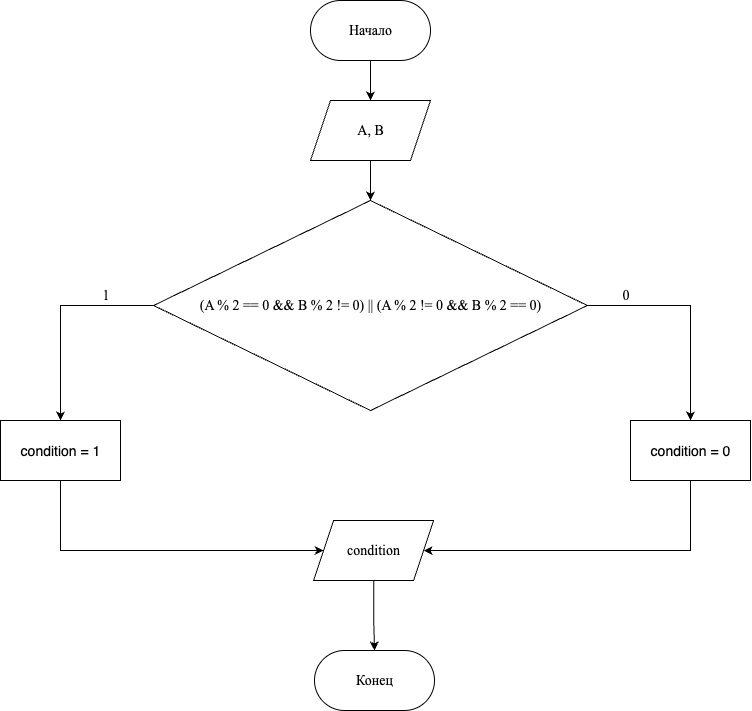
Before: Work_4_Homework_Schema.png, a diagram exported from draw.io (Blackflame796/Work_4_Homework). Source tidied: cells renumbered, new cells last; positions are measured from the earlier drawing's top-left corner, leaving out a move shared by most shapes. Source of this version:
```xml
<mxGraphModel>
  <root>
    <mxCell id="0" />
    <mxCell id="1" parent="0" />
    <mxCell id="2" style="edgeStyle=orthogonalEdgeStyle;rounded=0;jettySize=auto;html=1;" parent="1" edge="1" source="3" target="5">
      <mxGeometry relative="1" as="geometry" />
    </mxCell>
    <mxCell id="3" value="&lt;font style=&quot;font-size: 14px;&quot; face=&quot;Times New Roman&quot;&gt;Начало&lt;/font&gt;" style="rounded=1;whiteSpace=wrap;html=1;arcSize=50;" parent="1" vertex="1">
      <mxGeometry x="310" width="120" height="60" as="geometry" />
    </mxCell>
    <mxCell id="4" style="edgeStyle=orthogonalEdgeStyle;rounded=0;jettySize=auto;html=1;" parent="1" edge="1" source="5" target="8">
      <mxGeometry relative="1" as="geometry" />
    </mxCell>
    <mxCell id="5" value="&lt;font style=&quot;font-size: 14px;&quot; face=&quot;Times New Roman&quot;&gt;A, B&lt;/font&gt;" style="shape=parallelogram;perimeter=parallelogramPerimeter;whiteSpace=wrap;html=1;fixedSize=1;" parent="1" vertex="1">
      <mxGeometry x="310" y="100" width="120" height="60" as="geometry" />
    </mxCell>
    <mxCell id="6" style="edgeStyle=orthogonalEdgeStyle;rounded=0;jettySize=auto;html=1;" parent="1" edge="1" source="8" target="14">
      <mxGeometry relative="1" as="geometry" />
    </mxCell>
    <mxCell id="7" style="edgeStyle=orthogonalEdgeStyle;rounded=0;jettySize=auto;html=1;" parent="1" edge="1" source="8" target="12">
      <mxGeometry relative="1" as="geometry" />
    </mxCell>
    <mxCell id="8" value="&lt;font style=&quot;font-size: 14px;&quot; face=&quot;Times New Roman&quot;&gt;(A % 2 == 0 &amp;amp;&amp;amp; B % 2 != 0) || (A % 2 != 0 &amp;amp;&amp;amp; B % 2 == 0)&lt;/font&gt;" style="rhombus;whiteSpace=wrap;html=1;" parent="1" vertex="1">
      <mxGeometry x="153.1" y="200" width="433.8" height="210" as="geometry" />
    </mxCell>
    <mxCell id="9" value="&lt;font style=&quot;font-size: 14px;&quot; face=&quot;Times New Roman&quot;&gt;0&lt;/font&gt;" style="text;html=1;align=center;verticalAlign=middle;strokeColor=none;fillColor=none;" parent="1" vertex="1">
      <mxGeometry x="610" y="280" width="30" height="30" as="geometry" />
    </mxCell>
    <mxCell id="10" value="&lt;font style=&quot;font-size: 14px;&quot; face=&quot;Times New Roman&quot;&gt;1&lt;/font&gt;" style="text;html=1;align=center;verticalAlign=middle;strokeColor=none;fillColor=none;" parent="1" vertex="1">
      <mxGeometry x="90" y="280" width="30" height="30" as="geometry" />
    </mxCell>
    <mxCell id="11" style="edgeStyle=orthogonalEdgeStyle;rounded=0;jettySize=auto;html=1;entryX=0;entryY=0.5;entryDx=0;entryDy=0;" parent="1" edge="1" source="12" target="16">
      <mxGeometry relative="1" as="geometry">
        <Array as="points">
          <mxPoint x="60" y="550" />
        </Array>
      </mxGeometry>
    </mxCell>
    <mxCell id="12" value="&lt;font style=&quot;font-size: 14px;&quot;&gt;condition = 1&lt;/font&gt;" style="rounded=0;whiteSpace=wrap;html=1;" parent="1" vertex="1">
      <mxGeometry y="420" width="120" height="60" as="geometry" />
    </mxCell>
    <mxCell id="13" style="edgeStyle=orthogonalEdgeStyle;rounded=0;jettySize=auto;html=1;" parent="1" edge="1" source="14" target="16">
      <mxGeometry relative="1" as="geometry">
        <Array as="points">
          <mxPoint x="690" y="550" />
        </Array>
      </mxGeometry>
    </mxCell>
    <mxCell id="14" value="&lt;font style=&quot;font-size: 14px;&quot;&gt;condition = 0&lt;/font&gt;" style="rounded=0;whiteSpace=wrap;html=1;" parent="1" vertex="1">
      <mxGeometry x="630" y="420" width="120" height="60" as="geometry" />
    </mxCell>
    <mxCell id="15" style="edgeStyle=orthogonalEdgeStyle;rounded=0;jettySize=auto;html=1;entryX=0.5;entryY=0;entryDx=0;entryDy=0;" parent="1" edge="1" source="16" target="17">
      <mxGeometry relative="1" as="geometry" />
    </mxCell>
    <mxCell id="16" value="&lt;font style=&quot;font-size: 14px;&quot; face=&quot;Times New Roman&quot;&gt;condition&lt;/font&gt;" style="shape=parallelogram;perimeter=parallelogramPerimeter;whiteSpace=wrap;html=1;fixedSize=1;" parent="1" vertex="1">
      <mxGeometry x="313.1" y="520" width="120" height="60" as="geometry" />
    </mxCell>
    <mxCell id="17" value="&lt;font style=&quot;font-size: 14px;&quot; face=&quot;Times New Roman&quot;&gt;Конец&lt;/font&gt;" style="rounded=1;whiteSpace=wrap;html=1;arcSize=50;" parent="1" vertex="1">
      <mxGeometry x="314" y="650" width="120" height="60" as="geometry" />
    </mxCell>
  </root>
</mxGraphModel>
```
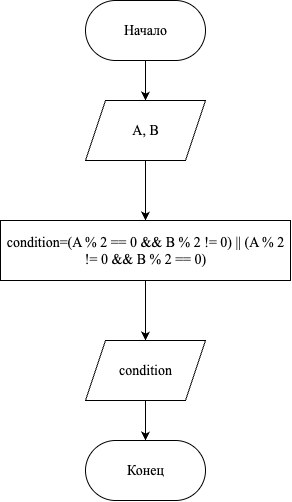
The same file after the commit.

Diff of the diagram source:
```diff
@@ -8,55 +8,26 @@
     <mxCell id="3" value="&lt;font style=&quot;font-size: 14px;&quot; face=&quot;Times New Roman&quot;&gt;Начало&lt;/font&gt;" style="rounded=1;whiteSpace=wrap;html=1;arcSize=50;" parent="1" vertex="1">
       <mxGeometry x="310" width="120" height="60" as="geometry" />
     </mxCell>
-    <mxCell id="4" style="edgeStyle=orthogonalEdgeStyle;rounded=0;jettySize=auto;html=1;" parent="1" edge="1" source="5" target="8">
-      <mxGeometry relative="1" as="geometry" />
-    </mxCell>
+    <mxCell id="18" style="edgeStyle=orthogonalEdgeStyle;rounded=0;jettySize=auto;html=1;" parent="1" edge="1" source="5" target="19">
+      <mxGeometry relative="1" as="geometry" />
+    </mxCell>
     <mxCell id="5" value="&lt;font style=&quot;font-size: 14px;&quot; face=&quot;Times New Roman&quot;&gt;A, B&lt;/font&gt;" style="shape=parallelogram;perimeter=parallelogramPerimeter;whiteSpace=wrap;html=1;fixedSize=1;" parent="1" vertex="1">
       <mxGeometry x="310" y="100" width="120" height="60" as="geometry" />
     </mxCell>
-    <mxCell id="6" style="edgeStyle=orthogonalEdgeStyle;rounded=0;jettySize=auto;html=1;" parent="1" edge="1" source="8" target="14">
-      <mxGeometry relative="1" as="geometry" />
-    </mxCell>
-    <mxCell id="7" style="edgeStyle=orthogonalEdgeStyle;rounded=0;jettySize=auto;html=1;" parent="1" edge="1" source="8" target="12">
-      <mxGeometry relative="1" as="geometry" />
-    </mxCell>
-    <mxCell id="8" value="&lt;font style=&quot;font-size: 14px;&quot; face=&quot;Times New Roman&quot;&gt;(A % 2 == 0 &amp;amp;&amp;amp; B % 2 != 0) || (A % 2 != 0 &amp;amp;&amp;amp; B % 2 == 0)&lt;/font&gt;" style="rhombus;whiteSpace=wrap;html=1;" parent="1" vertex="1">
-      <mxGeometry x="153.1" y="200" width="433.8" height="210" as="geometry" />
-    </mxCell>
-    <mxCell id="9" value="&lt;font style=&quot;font-size: 14px;&quot; face=&quot;Times New Roman&quot;&gt;0&lt;/font&gt;" style="text;html=1;align=center;verticalAlign=middle;strokeColor=none;fillColor=none;" parent="1" vertex="1">
-      <mxGeometry x="610" y="280" width="30" height="30" as="geometry" />
-    </mxCell>
-    <mxCell id="10" value="&lt;font style=&quot;font-size: 14px;&quot; face=&quot;Times New Roman&quot;&gt;1&lt;/font&gt;" style="text;html=1;align=center;verticalAlign=middle;strokeColor=none;fillColor=none;" parent="1" vertex="1">
-      <mxGeometry x="90" y="280" width="30" height="30" as="geometry" />
-    </mxCell>
-    <mxCell id="11" style="edgeStyle=orthogonalEdgeStyle;rounded=0;jettySize=auto;html=1;entryX=0;entryY=0.5;entryDx=0;entryDy=0;" parent="1" edge="1" source="12" target="16">
-      <mxGeometry relative="1" as="geometry">
-        <Array as="points">
-          <mxPoint x="60" y="550" />
-        </Array>
-      </mxGeometry>
-    </mxCell>
-    <mxCell id="12" value="&lt;font style=&quot;font-size: 14px;&quot;&gt;condition = 1&lt;/font&gt;" style="rounded=0;whiteSpace=wrap;html=1;" parent="1" vertex="1">
-      <mxGeometry y="420" width="120" height="60" as="geometry" />
-    </mxCell>
-    <mxCell id="13" style="edgeStyle=orthogonalEdgeStyle;rounded=0;jettySize=auto;html=1;" parent="1" edge="1" source="14" target="16">
-      <mxGeometry relative="1" as="geometry">
-        <Array as="points">
-          <mxPoint x="690" y="550" />
-        </Array>
-      </mxGeometry>
-    </mxCell>
-    <mxCell id="14" value="&lt;font style=&quot;font-size: 14px;&quot;&gt;condition = 0&lt;/font&gt;" style="rounded=0;whiteSpace=wrap;html=1;" parent="1" vertex="1">
-      <mxGeometry x="630" y="420" width="120" height="60" as="geometry" />
-    </mxCell>
     <mxCell id="15" style="edgeStyle=orthogonalEdgeStyle;rounded=0;jettySize=auto;html=1;entryX=0.5;entryY=0;entryDx=0;entryDy=0;" parent="1" edge="1" source="16" target="17">
       <mxGeometry relative="1" as="geometry" />
     </mxCell>
     <mxCell id="16" value="&lt;font style=&quot;font-size: 14px;&quot; face=&quot;Times New Roman&quot;&gt;condition&lt;/font&gt;" style="shape=parallelogram;perimeter=parallelogramPerimeter;whiteSpace=wrap;html=1;fixedSize=1;" parent="1" vertex="1">
-      <mxGeometry x="313.1" y="520" width="120" height="60" as="geometry" />
+      <mxGeometry x="310" y="340" width="120" height="60" as="geometry" />
     </mxCell>
     <mxCell id="17" value="&lt;font style=&quot;font-size: 14px;&quot; face=&quot;Times New Roman&quot;&gt;Конец&lt;/font&gt;" style="rounded=1;whiteSpace=wrap;html=1;arcSize=50;" parent="1" vertex="1">
-      <mxGeometry x="314" y="650" width="120" height="60" as="geometry" />
+      <mxGeometry x="310" y="440" width="120" height="60" as="geometry" />
     </mxCell>
+    <mxCell id="19" value="&lt;font style=&quot;font-size: 14px;&quot; face=&quot;Times New Roman&quot;&gt;condition=(A % 2 == 0 &amp;amp;&amp;amp; B % 2 != 0) || (A % 2 != 0 &amp;amp;&amp;amp; B % 2 == 0)&lt;/font&gt;" style="rounded=0;whiteSpace=wrap;html=1;" parent="1" vertex="1">
+      <mxGeometry x="225" y="220" width="290" height="60" as="geometry" />
+    </mxCell>
+    <mxCell id="20" style="edgeStyle=orthogonalEdgeStyle;rounded=0;jettySize=auto;html=1;entryX=0.5;entryY=0;entryDx=0;entryDy=0;" parent="1" edge="1" source="19" target="16">
+      <mxGeometry relative="1" as="geometry" />
+    </mxCell>
   </root>
 </mxGraphModel>
```
